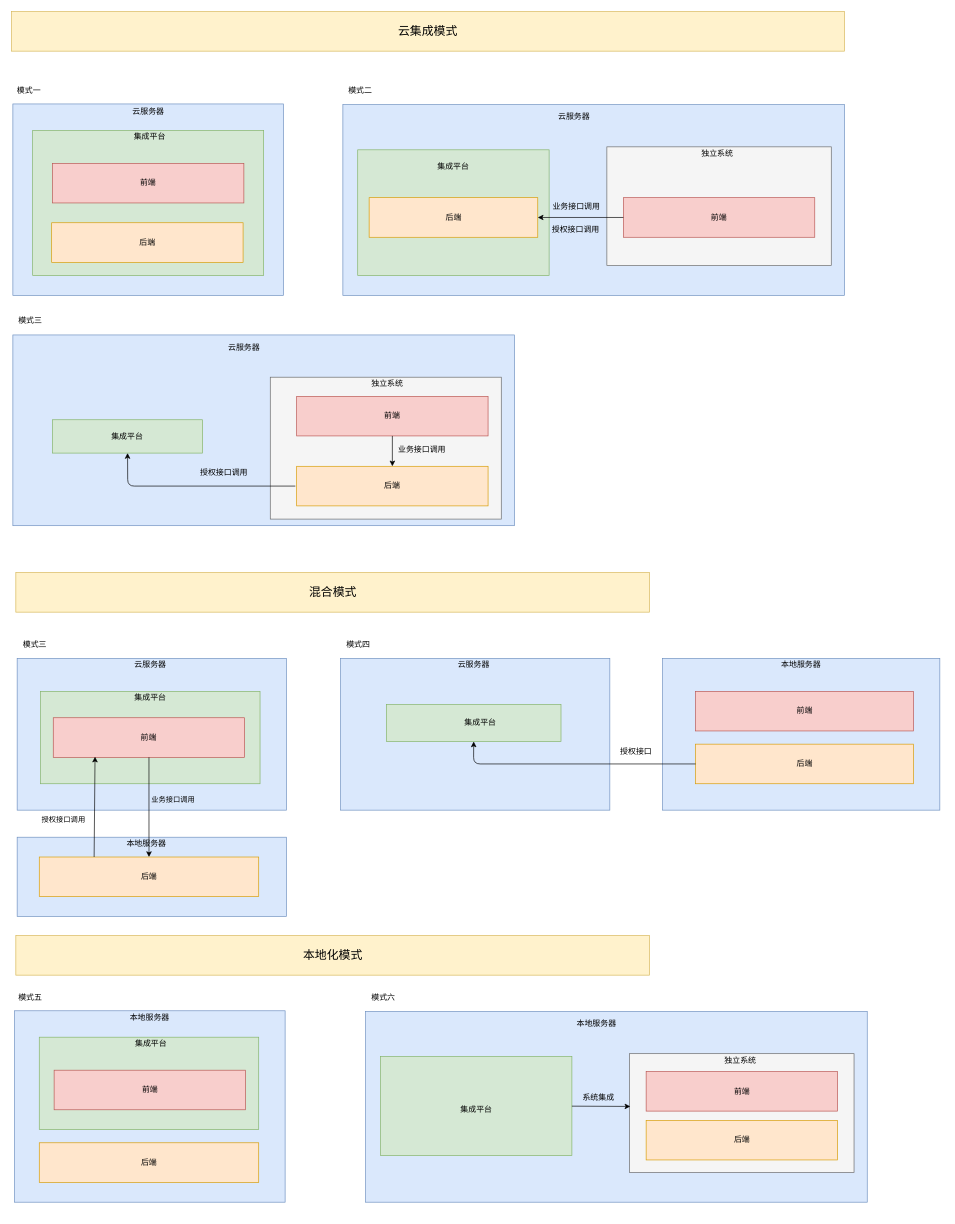
Before: 集成平台部署模式.drawio in meterXu/drawiofile, a draw.io diagram. Source tidied: cells renumbered, new cells numbered last; positions are measured from the earlier drawing's top-left corner, leaving out a move shared by most shapes. Both pictures are drawn from the tidied source at 66%, with x=0, y=0 at pixel (11, 11).
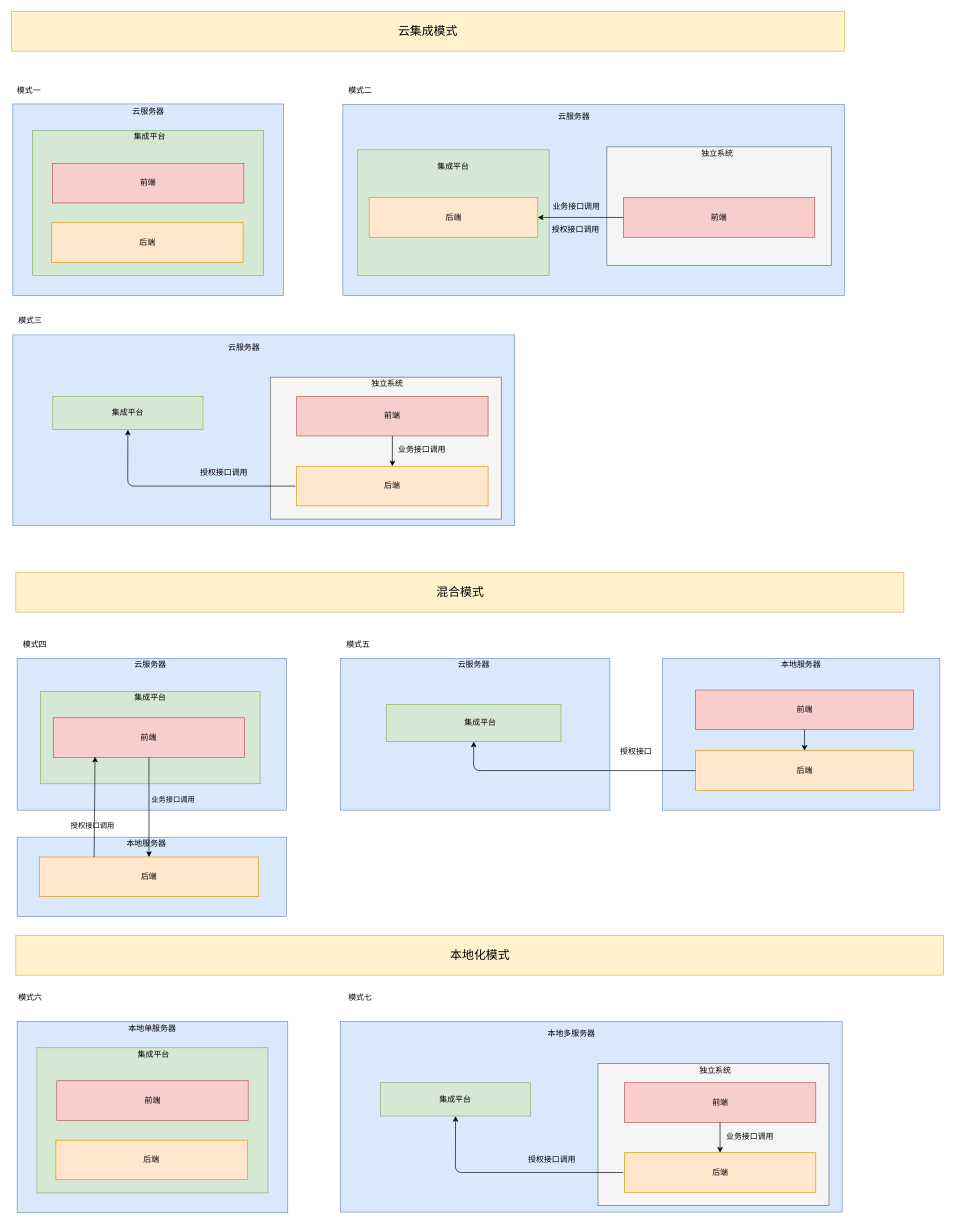
After the change.

Commit message:
更新集成平台部署模式.drawio

Unchanged cells that the change refers to:
```xml
<mxCell id="33" style="rounded=0;whiteSpace=wrap;html=1;fillColor=#d5e8d4;strokeColor=#82b366;" parent="1" vertex="1">
  <mxGeometry x="568" y="1050" width="264.5" height="56" as="geometry" />
</mxCell>
```

What changed in the source:
```diff
@@
     <mxCell id="21" value="&lt;font style=&quot;font-size: 18px&quot;&gt;混合模式&lt;/font&gt;" style="rounded=0;whiteSpace=wrap;html=1;fillColor=#fff2cc;strokeColor=#d6b656;" parent="1" vertex="1">
-      <mxGeometry x="6.5" y="850" width="960" height="60" as="geometry" />
+      <mxGeometry x="6.5" y="850" width="1345.5" height="60" as="geometry" />
     </mxCell>
-    <mxCell id="22" value="模式三" style="text;html=1;strokeColor=none;fillColor=none;align=center;verticalAlign=middle;whiteSpace=wrap;rounded=0;" parent="1" vertex="1">
+    <mxCell id="22" value="模式四" style="text;html=1;strokeColor=none;fillColor=none;align=center;verticalAlign=middle;whiteSpace=wrap;rounded=0;" parent="1" vertex="1">
       <mxGeometry x="8.5" y="950" width="52.5" height="20" as="geometry" />
     </mxCell>
@@
-    <mxCell id="32" value="模式四" style="text;html=1;strokeColor=none;fillColor=none;align=center;verticalAlign=middle;whiteSpace=wrap;rounded=0;" parent="1" vertex="1">
+    <mxCell id="32" value="模式五" style="text;html=1;strokeColor=none;fillColor=none;align=center;verticalAlign=middle;whiteSpace=wrap;rounded=0;" parent="1" vertex="1">
       <mxGeometry x="498.5" y="950" width="52.5" height="20" as="geometry" />
     </mxCell>
@@
     <mxCell id="37" value="后端" style="rounded=0;whiteSpace=wrap;html=1;fillColor=#ffe6cc;strokeColor=#d79b00;" parent="1" vertex="1">
-      <mxGeometry x="1036.5" y="1110" width="330" height="60" as="geometry" />
+      <mxGeometry x="1036.5" y="1120" width="330" height="60" as="geometry" />
     </mxCell>
@@
     <mxCell id="39" value="前端" style="rounded=0;whiteSpace=wrap;html=1;fillColor=#f8cecc;strokeColor=#b85450;" parent="1" vertex="1">
-      <mxGeometry x="1036.5" y="1030" width="330" height="60" as="geometry" />
+      <mxGeometry x="1036.5" y="1028" width="330" height="60" as="geometry" />
     </mxCell>
@@
     <mxCell id="41" value="&lt;font style=&quot;font-size: 18px&quot;&gt;本地化模式&lt;/font&gt;" style="rounded=0;whiteSpace=wrap;html=1;fillColor=#fff2cc;strokeColor=#d6b656;" parent="1" vertex="1">
-      <mxGeometry x="6.5" y="1400" width="960" height="60" as="geometry" />
+      <mxGeometry x="6.5" y="1400" width="1405.5" height="60" as="geometry" />
     </mxCell>
-    <mxCell id="42" value="模式五" style="text;html=1;strokeColor=none;fillColor=none;align=center;verticalAlign=middle;whiteSpace=wrap;rounded=0;" parent="1" vertex="1">
+    <mxCell id="42" value="模式六" style="text;html=1;strokeColor=none;fillColor=none;align=center;verticalAlign=middle;whiteSpace=wrap;rounded=0;" parent="1" vertex="1">
       <mxGeometry x="2" y="1484" width="52.5" height="20" as="geometry" />
     </mxCell>
-    <mxCell id="43" style="rounded=0;whiteSpace=wrap;html=1;fillColor=#dae8fc;strokeColor=#6c8ebf;" parent="1" vertex="1">
-      <mxGeometry x="4.5" y="1514" width="410" height="290" as="geometry" />
-    </mxCell>
-    <mxCell id="44" value="本地服务器" style="text;html=1;strokeColor=none;fillColor=none;align=center;verticalAlign=middle;whiteSpace=wrap;rounded=0;" parent="1" vertex="1">
-      <mxGeometry x="172" y="1515" width="75" height="20" as="geometry" />
-    </mxCell>
-    <mxCell id="45" style="rounded=0;whiteSpace=wrap;html=1;fillColor=#d5e8d4;strokeColor=#82b366;" parent="1" vertex="1">
-      <mxGeometry x="42" y="1554" width="332.5" height="140" as="geometry" />
-    </mxCell>
-    <mxCell id="46" value="集成平台" style="text;html=1;strokeColor=none;fillColor=none;align=center;verticalAlign=middle;whiteSpace=wrap;rounded=0;" parent="1" vertex="1">
-      <mxGeometry x="174" y="1554" width="75" height="20" as="geometry" />
-    </mxCell>
-    <mxCell id="47" value="前端" style="rounded=0;whiteSpace=wrap;html=1;fillColor=#f8cecc;strokeColor=#b85450;" parent="1" vertex="1">
-      <mxGeometry x="64.5" y="1604" width="290" height="60" as="geometry" />
-    </mxCell>
-    <mxCell id="48" value="后端" style="rounded=0;whiteSpace=wrap;html=1;fillColor=#ffe6cc;strokeColor=#d79b00;" parent="1" vertex="1">
-      <mxGeometry x="42" y="1714" width="332.5" height="60" as="geometry" />
-    </mxCell>
-    <mxCell id="49" style="rounded=0;whiteSpace=wrap;html=1;fillColor=#dae8fc;strokeColor=#6c8ebf;" parent="1" vertex="1">
-      <mxGeometry x="536.5" y="1515" width="760" height="289" as="geometry" />
-    </mxCell>
-    <mxCell id="50" value="模式六" style="text;html=1;strokeColor=none;fillColor=none;align=center;verticalAlign=middle;whiteSpace=wrap;rounded=0;" parent="1" vertex="1">
-      <mxGeometry x="536.5" y="1484" width="52.5" height="20" as="geometry" />
+    <mxCell id="50" value="模式七" style="text;html=1;strokeColor=none;fillColor=none;align=center;verticalAlign=middle;whiteSpace=wrap;rounded=0;" parent="1" vertex="1">
+      <mxGeometry x="502" y="1484" width="52.5" height="20" as="geometry" />
     </mxCell>
-    <mxCell id="51" value="本地服务器" style="text;html=1;strokeColor=none;fillColor=none;align=center;verticalAlign=middle;whiteSpace=wrap;rounded=0;" parent="1" vertex="1">
-      <mxGeometry x="849" y="1524" width="75" height="20" as="geometry" />
-    </mxCell>
-    <mxCell id="52" style="rounded=0;whiteSpace=wrap;html=1;fillColor=#d5e8d4;strokeColor=#82b366;" parent="1" vertex="1">
-      <mxGeometry x="559" y="1583.5" width="290" height="150" as="geometry" />
-    </mxCell>
-    <mxCell id="53" value="集成平台" style="text;html=1;strokeColor=none;fillColor=none;align=center;verticalAlign=middle;whiteSpace=wrap;rounded=0;" parent="1" vertex="1">
-      <mxGeometry x="666.5" y="1654" width="75" height="20" as="geometry" />
-    </mxCell>
-    <mxCell id="54" style="rounded=0;whiteSpace=wrap;html=1;fillColor=#f5f5f5;strokeColor=#666666;fontColor=#333333;" parent="1" vertex="1">
-      <mxGeometry x="936.5" y="1579" width="340" height="180" as="geometry" />
-    </mxCell>
-    <mxCell id="55" value="前端" style="rounded=0;whiteSpace=wrap;html=1;fillColor=#f8cecc;strokeColor=#b85450;" parent="1" vertex="1">
-      <mxGeometry x="961.5" y="1606" width="290" height="60" as="geometry" />
-    </mxCell>
-    <mxCell id="56" value="后端" style="rounded=0;whiteSpace=wrap;html=1;fillColor=#ffe6cc;strokeColor=#d79b00;" parent="1" vertex="1">
-      <mxGeometry x="961.5" y="1680" width="290" height="60" as="geometry" />
-    </mxCell>
-    <mxCell id="57" value="独立系统" style="text;html=1;strokeColor=none;fillColor=none;align=center;verticalAlign=middle;whiteSpace=wrap;rounded=0;" parent="1" vertex="1">
-      <mxGeometry x="1066.5" y="1579" width="75" height="20" as="geometry" />
-    </mxCell>
-    <mxCell id="58" style="endArrow=classic;html=1;entryX=0.003;entryY=0.444;entryDx=0;entryDy=0;entryPerimeter=0;exitX=1;exitY=0.5;exitDx=0;exitDy=0;" parent="1" edge="1" source="52" target="54">
-      <mxGeometry relative="1" as="geometry" />
-    </mxCell>
-    <mxCell id="59" value="系统集成" style="text;html=1;strokeColor=none;fillColor=none;align=center;verticalAlign=middle;whiteSpace=wrap;rounded=0;" parent="1" vertex="1">
-      <mxGeometry x="859" y="1636" width="61" height="20" as="geometry" />
-    </mxCell>
@@
     <mxCell id="62" value="&lt;span style=&quot;color: rgb(0 , 0 , 0) ; font-family: &amp;#34;helvetica&amp;#34; ; font-size: 11px ; font-style: normal ; font-weight: 400 ; letter-spacing: normal ; text-align: center ; text-indent: 0px ; text-transform: none ; word-spacing: 0px ; display: inline ; float: none&quot;&gt;授权接口调用&lt;/span&gt;" style="text;whiteSpace=wrap;html=1;" parent="1" vertex="1">
-      <mxGeometry x="44" y="1210" width="82" height="30" as="geometry" />
+      <mxGeometry x="87.5" y="1220" width="82" height="30" as="geometry" />
     </mxCell>
@@
     <mxCell id="67" style="rounded=0;whiteSpace=wrap;html=1;fillColor=#d5e8d4;strokeColor=#82b366;" parent="1" vertex="1">
-      <mxGeometry x="62" y="618.5" width="227.5" height="50.5" as="geometry" />
+      <mxGeometry x="62.5" y="583" width="227.5" height="50.5" as="geometry" />
     </mxCell>
     <mxCell id="68" value="集成平台" style="text;html=1;strokeColor=none;fillColor=none;align=center;verticalAlign=middle;whiteSpace=wrap;rounded=0;" parent="1" vertex="1">
-      <mxGeometry x="138.2" y="633.8" width="75" height="20" as="geometry" />
+      <mxGeometry x="138.8" y="598.2" width="75" height="20" as="geometry" />
     </mxCell>
@@
     <mxCell id="78" style="endArrow=classic;html=1;exitX=0;exitY=0.5;exitDx=0;exitDy=0;entryX=0.5;entryY=1;entryDx=0;entryDy=0;" parent="1" edge="1" source="37" target="33">
       <mxGeometry relative="1" as="geometry">
         <Array as="points">
-          <mxPoint x="700" y="1140" />
+          <mxPoint x="700" y="1150" />
         </Array>
       </mxGeometry>
     </mxCell>
+    <mxCell id="79" style="endArrow=classic;html=1;entryX=0.5;entryY=0;entryDx=0;entryDy=0;" parent="1" edge="1" source="39" target="37">
+      <mxGeometry relative="1" as="geometry" />
+    </mxCell>
+    <mxCell id="80" style="rounded=0;whiteSpace=wrap;html=1;fillColor=#dae8fc;strokeColor=#6c8ebf;" parent="1" vertex="1">
+      <mxGeometry x="8.5" y="1530" width="410" height="290" as="geometry" />
+    </mxCell>
+    <mxCell id="81" value="本地单服务器" style="text;html=1;strokeColor=none;fillColor=none;align=center;verticalAlign=middle;whiteSpace=wrap;rounded=0;" parent="1" vertex="1">
+      <mxGeometry x="176" y="1531" width="75" height="20" as="geometry" />
+    </mxCell>
+    <mxCell id="82" style="rounded=0;whiteSpace=wrap;html=1;fillColor=#d5e8d4;strokeColor=#82b366;" parent="1" vertex="1">
+      <mxGeometry x="38.5" y="1570" width="350" height="220" as="geometry" />
+    </mxCell>
+    <mxCell id="83" value="集成平台" style="text;html=1;strokeColor=none;fillColor=none;align=center;verticalAlign=middle;whiteSpace=wrap;rounded=0;" parent="1" vertex="1">
+      <mxGeometry x="178" y="1570" width="75" height="20" as="geometry" />
+    </mxCell>
+    <mxCell id="84" value="前端" style="rounded=0;whiteSpace=wrap;html=1;fillColor=#f8cecc;strokeColor=#b85450;" parent="1" vertex="1">
+      <mxGeometry x="68.5" y="1620" width="290" height="60" as="geometry" />
+    </mxCell>
+    <mxCell id="85" value="后端" style="rounded=0;whiteSpace=wrap;html=1;fillColor=#ffe6cc;strokeColor=#d79b00;" parent="1" vertex="1">
+      <mxGeometry x="67.2" y="1710" width="290" height="60" as="geometry" />
+    </mxCell>
+    <mxCell id="86" style="rounded=0;whiteSpace=wrap;html=1;fillColor=#dae8fc;strokeColor=#6c8ebf;" parent="1" vertex="1">
+      <mxGeometry x="498.5" y="1530" width="760" height="289" as="geometry" />
+    </mxCell>
+    <mxCell id="87" value="本地多服务器" style="text;html=1;strokeColor=none;fillColor=none;align=center;verticalAlign=middle;whiteSpace=wrap;rounded=0;" parent="1" vertex="1">
+      <mxGeometry x="811" y="1539" width="75" height="20" as="geometry" />
+    </mxCell>
+    <mxCell id="88" style="rounded=0;whiteSpace=wrap;html=1;fillColor=#d5e8d4;strokeColor=#82b366;" parent="1" vertex="1">
+      <mxGeometry x="559" y="1623" width="227.5" height="50.5" as="geometry" />
+    </mxCell>
+    <mxCell id="89" value="集成平台" style="text;html=1;strokeColor=none;fillColor=none;align=center;verticalAlign=middle;whiteSpace=wrap;rounded=0;" parent="1" vertex="1">
+      <mxGeometry x="635.2" y="1638.2" width="75" height="20" as="geometry" />
+    </mxCell>
+    <mxCell id="90" style="rounded=0;whiteSpace=wrap;html=1;fillColor=#f5f5f5;strokeColor=#666666;fontColor=#333333;" parent="1" vertex="1">
+      <mxGeometry x="888.5" y="1594" width="350" height="215" as="geometry" />
+    </mxCell>
+    <mxCell id="91" value="前端" style="rounded=0;whiteSpace=wrap;html=1;fillColor=#f8cecc;strokeColor=#b85450;" parent="1" vertex="1">
+      <mxGeometry x="928.5" y="1623" width="290" height="60" as="geometry" />
+    </mxCell>
+    <mxCell id="57" value="独立系统" style="text;html=1;strokeColor=none;fillColor=none;align=center;verticalAlign=middle;whiteSpace=wrap;rounded=0;" parent="1" vertex="1">
+      <mxGeometry x="1028.5" y="1594" width="75" height="20" as="geometry" />
+    </mxCell>
+    <mxCell id="92" value="后端" style="rounded=0;whiteSpace=wrap;html=1;fillColor=#ffe6cc;strokeColor=#d79b00;" parent="1" vertex="1">
+      <mxGeometry x="928.5" y="1729" width="290" height="60" as="geometry" />
+    </mxCell>
+    <mxCell id="93" style="endArrow=classic;html=1;entryX=0.5;entryY=0;entryDx=0;entryDy=0;exitX=0.5;exitY=1;exitDx=0;exitDy=0;" parent="1" edge="1" source="91" target="92">
+      <mxGeometry relative="1" as="geometry" />
+    </mxCell>
+    <mxCell id="94" style="endArrow=classic;html=1;entryX=0.5;entryY=1;entryDx=0;entryDy=0;" parent="1" edge="1" target="88">
+      <mxGeometry relative="1" as="geometry">
+        <mxPoint x="926.5" y="1759" as="sourcePoint" />
+        <Array as="points">
+          <mxPoint x="672.5" y="1759" />
+        </Array>
+      </mxGeometry>
+    </mxCell>
+    <mxCell id="95" value="授权接口调用" style="text;html=1;strokeColor=none;fillColor=none;align=center;verticalAlign=middle;whiteSpace=wrap;rounded=0;" parent="1" vertex="1">
+      <mxGeometry x="778.5" y="1729" width="80" height="20" as="geometry" />
+    </mxCell>
+    <mxCell id="96" value="业务接口调用" style="text;html=1;strokeColor=none;fillColor=none;align=center;verticalAlign=middle;whiteSpace=wrap;rounded=0;" parent="1" vertex="1">
+      <mxGeometry x="1078.5" y="1694" width="80" height="20" as="geometry" />
+    </mxCell>
```
